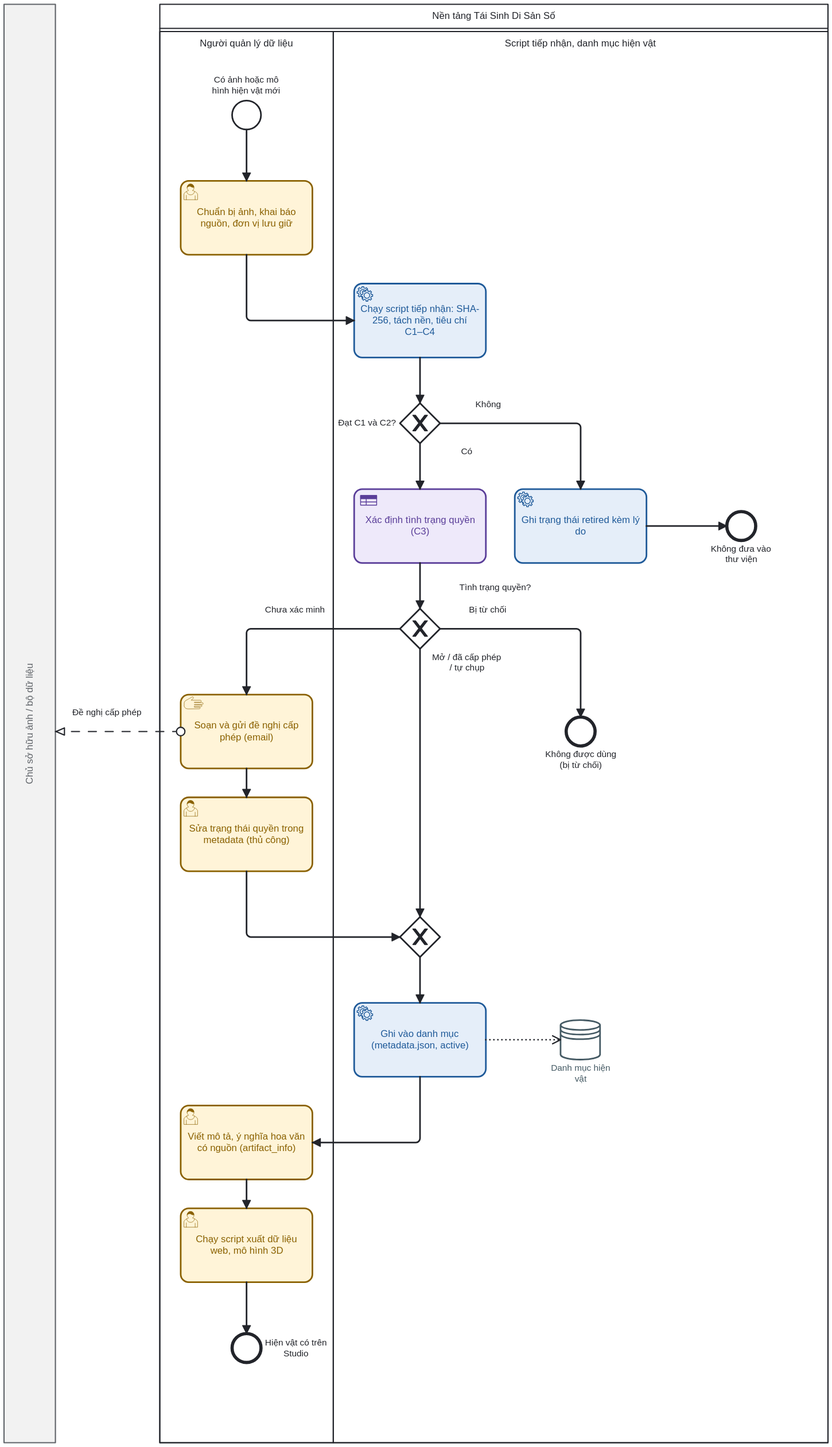
Above: docs/business-analysis/diagrams/BP-04_tiep-nhan-hien-vat_AS-IS.svg in quoczai22/tai-sinh-di-san-so-ai (BPMN), before the change. Its source is kept beside it as docs/business-analysis/diagrams/BP-04_tiep-nhan-hien-vat_AS-IS.bpmn. Ids are renumbered.
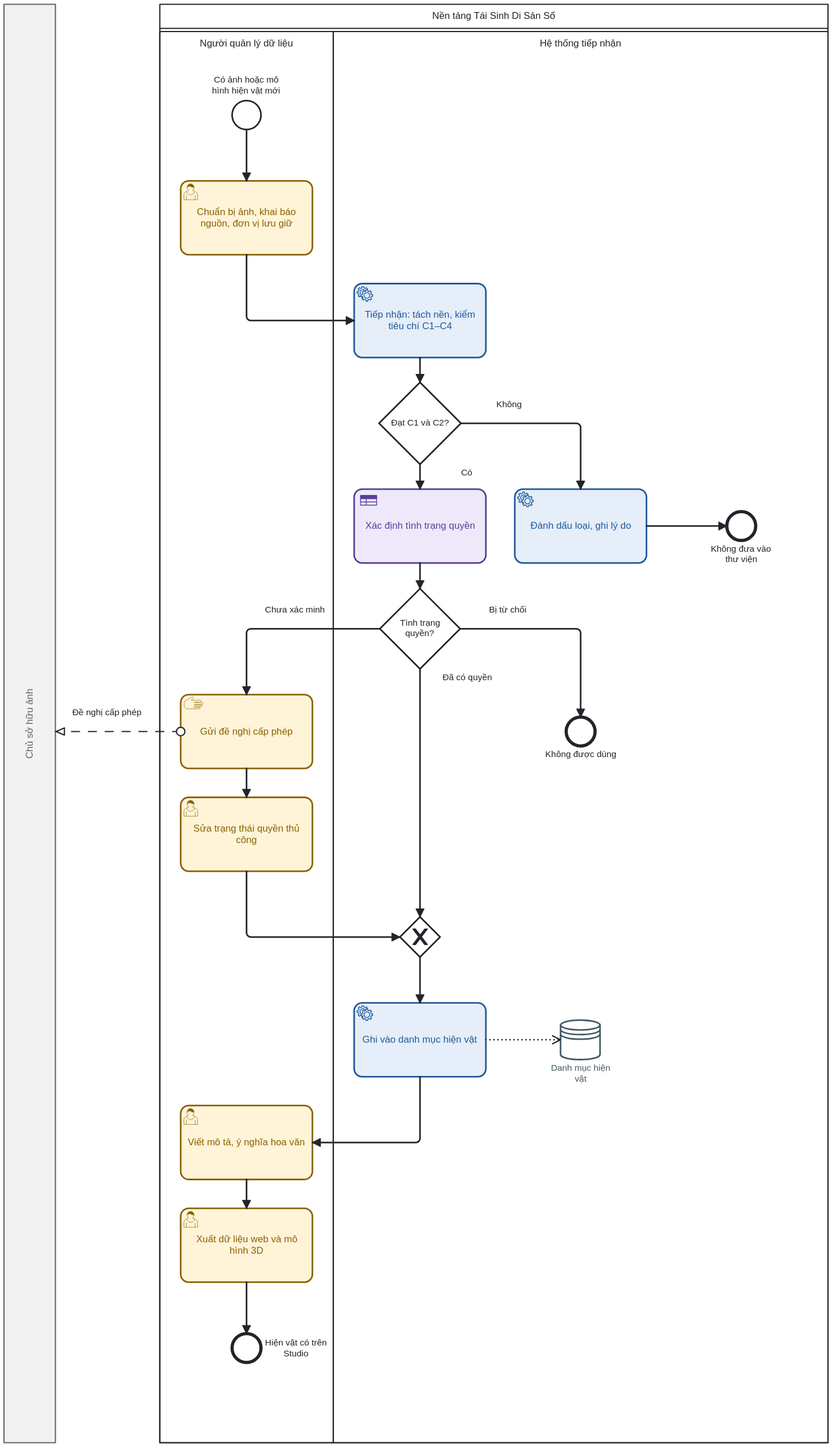
Later version of the same file.

Change to the diagram source:
```diff
@@ -2,7 +2,7 @@
   <bpmn:dataStore id="Store_DS" name="Danh mục hiện vật" />
   <bpmn:collaboration id="Collab_BP04_ASIS">
     <bpmn:participant id="P" name="Nền tảng Tái Sinh Di Sản Số" processRef="Proc_P" />
-    <bpmn:participant id="OWN" name="Chủ sở hữu ảnh / bộ dữ liệu" />
+    <bpmn:participant id="OWN" name="Chủ sở hữu ảnh" />
     <bpmn:messageFlow id="Msg_T5_OWN" name="Đề nghị cấp phép" sourceRef="T5" targetRef="OWN" />
   </bpmn:collaboration>
   <bpmn:process id="Proc_P" name="Nền tảng Tái Sinh Di Sản Số" isExecutable="false">
@@ -16,7 +16,7 @@
         <bpmn:flowNodeRef>T9</bpmn:flowNodeRef>
         <bpmn:flowNodeRef>E4</bpmn:flowNodeRef>
       </bpmn:lane>
-      <bpmn:lane id="L_SYS" name="Script tiếp nhận, danh mục hiện vật">
+      <bpmn:lane id="L_SYS" name="Hệ thống tiếp nhận">
         <bpmn:flowNodeRef>T2</bpmn:flowNodeRef>
         <bpmn:flowNodeRef>G1</bpmn:flowNodeRef>
         <bpmn:flowNodeRef>T3</bpmn:flowNodeRef>
@@ -35,7 +35,7 @@
       <bpmn:incoming>Flow_S_T1</bpmn:incoming>
       <bpmn:outgoing>Flow_T1_T2</bpmn:outgoing>
     </bpmn:userTask>
-    <bpmn:serviceTask id="T2" name="Chạy script tiếp nhận: SHA-256, tách nền, tiêu chí C1–C4">
+    <bpmn:serviceTask id="T2" name="Tiếp nhận: tách nền, kiểm tiêu chí C1–C4">
       <bpmn:incoming>Flow_T1_T2</bpmn:incoming>
       <bpmn:outgoing>Flow_T2_G1</bpmn:outgoing>
     </bpmn:serviceTask>
@@ -44,31 +44,31 @@
       <bpmn:outgoing>Flow_G1_T3</bpmn:outgoing>
       <bpmn:outgoing>Flow_G1_T4</bpmn:outgoing>
     </bpmn:exclusiveGateway>
-    <bpmn:serviceTask id="T3" name="Ghi trạng thái retired kèm lý do">
+    <bpmn:serviceTask id="T3" name="Đánh dấu loại, ghi lý do">
       <bpmn:incoming>Flow_G1_T3</bpmn:incoming>
       <bpmn:outgoing>Flow_T3_E1</bpmn:outgoing>
     </bpmn:serviceTask>
     <bpmn:endEvent id="E1" name="Không đưa vào thư viện">
       <bpmn:incoming>Flow_T3_E1</bpmn:incoming>
     </bpmn:endEvent>
-    <bpmn:businessRuleTask id="T4" name="Xác định tình trạng quyền (C3)">
+    <bpmn:businessRuleTask id="T4" name="Xác định tình trạng quyền">
       <bpmn:incoming>Flow_G1_T4</bpmn:incoming>
       <bpmn:outgoing>Flow_T4_G2</bpmn:outgoing>
     </bpmn:businessRuleTask>
-    <bpmn:exclusiveGateway id="G2" name="Tình trạng quyền?">
+    <bpmn:exclusiveGateway id="G2" name="Tình trạng&#10;quyền?">
       <bpmn:incoming>Flow_T4_G2</bpmn:incoming>
       <bpmn:outgoing>Flow_G2_E2</bpmn:outgoing>
       <bpmn:outgoing>Flow_G2_T5</bpmn:outgoing>
       <bpmn:outgoing>Flow_G2_M1</bpmn:outgoing>
     </bpmn:exclusiveGateway>
-    <bpmn:endEvent id="E2" name="Không được dùng (bị từ chối)">
+    <bpmn:endEvent id="E2" name="Không được dùng">
       <bpmn:incoming>Flow_G2_E2</bpmn:incoming>
     </bpmn:endEvent>
-    <bpmn:manualTask id="T5" name="Soạn và gửi đề nghị cấp phép (email)">
+    <bpmn:manualTask id="T5" name="Gửi đề nghị cấp phép">
       <bpmn:incoming>Flow_G2_T5</bpmn:incoming>
       <bpmn:outgoing>Flow_T5_T6</bpmn:outgoing>
     </bpmn:manualTask>
-    <bpmn:userTask id="T6" name="Sửa trạng thái quyền trong metadata (thủ công)">
+    <bpmn:userTask id="T6" name="Sửa trạng thái quyền thủ công">
       <bpmn:incoming>Flow_T5_T6</bpmn:incoming>
       <bpmn:outgoing>Flow_T6_M1</bpmn:outgoing>
     </bpmn:userTask>
@@ -77,7 +77,7 @@
       <bpmn:incoming>Flow_T6_M1</bpmn:incoming>
       <bpmn:outgoing>Flow_M1_T7</bpmn:outgoing>
     </bpmn:exclusiveGateway>
-    <bpmn:serviceTask id="T7" name="Ghi vào danh mục (metadata.json, active)">
+    <bpmn:serviceTask id="T7" name="Ghi vào danh mục hiện vật">
       <bpmn:incoming>Flow_M1_T7</bpmn:incoming>
       <bpmn:outgoing>Flow_T7_T8</bpmn:outgoing>
       <bpmn:dataOutputAssociation id="Data_T7_DS">
@@ -85,11 +85,11 @@
       </bpmn:dataOutputAssociation>
     </bpmn:serviceTask>
     <bpmn:dataStoreReference id="DS" name="Danh mục hiện vật" dataStoreRef="Store_DS" />
-    <bpmn:userTask id="T8" name="Viết mô tả, ý nghĩa hoa văn có nguồn (artifact_info)">
+    <bpmn:userTask id="T8" name="Viết mô tả, ý nghĩa hoa văn">
       <bpmn:incoming>Flow_T7_T8</bpmn:incoming>
       <bpmn:outgoing>Flow_T8_T9</bpmn:outgoing>
     </bpmn:userTask>
-    <bpmn:userTask id="T9" name="Chạy script xuất dữ liệu web, mô hình 3D">
+    <bpmn:userTask id="T9" name="Xuất dữ liệu web và mô hình 3D">
       <bpmn:incoming>Flow_T8_T9</bpmn:incoming>
       <bpmn:outgoing>Flow_T9_E4</bpmn:outgoing>
     </bpmn:userTask>
@@ -113,7 +113,7 @@
     <bpmn:sequenceFlow id="Flow_G2_T5" name="Chưa xác minh" sourceRef="G2" targetRef="T5">
       <bpmn:conditionExpression xsi:type="bpmn:tFormalExpression">rights_status = unverified</bpmn:conditionExpression>
     </bpmn:sequenceFlow>
-    <bpmn:sequenceFlow id="Flow_G2_M1" name="Mở / đã cấp phép / tự chụp" sourceRef="G2" targetRef="M1">
+    <bpmn:sequenceFlow id="Flow_G2_M1" name="Đã có quyền" sourceRef="G2" targetRef="M1">
       <bpmn:conditionExpression xsi:type="bpmn:tFormalExpression">rights_status ∈ publishable_statuses</bpmn:conditionExpression>
     </bpmn:sequenceFlow>
     <bpmn:sequenceFlow id="Flow_T5_T6" name="" sourceRef="T5" targetRef="T6" />
@@ -146,10 +146,10 @@
       <bpmndi:BPMNShape id="T2_di" bpmnElement="T2" color:background-color="#E4EEF9" color:border-color="#1F5A99">
         <dc:Bounds x="456" y="368" width="164" height="92" />
       </bpmndi:BPMNShape>
-      <bpmndi:BPMNShape id="G1_di" bpmnElement="G1" isMarkerVisible="true">
-        <dc:Bounds x="513" y="517" width="50" height="50" />
+      <bpmndi:BPMNShape id="G1_di" bpmnElement="G1" isMarkerVisible="false">
+        <dc:Bounds x="487" y="491" width="102" height="102" />
         <bpmndi:BPMNLabel>
-          <dc:Bounds x="436" y="535" width="72" height="14" />
+          <dc:Bounds x="502" y="535" width="71" height="14" />
         </bpmndi:BPMNLabel>
       </bpmndi:BPMNShape>
       <bpmndi:BPMNShape id="T3_di" bpmnElement="T3" color:background-color="#E4EEF9" color:border-color="#1F5A99">
@@ -164,10 +164,10 @@
       <bpmndi:BPMNShape id="T4_di" bpmnElement="T4" color:background-color="#EEE8FA" color:border-color="#5A3E99">
         <dc:Bounds x="456" y="624" width="164" height="92" />
       </bpmndi:BPMNShape>
-      <bpmndi:BPMNShape id="G2_di" bpmnElement="G2" isMarkerVisible="true">
-        <dc:Bounds x="513" y="773" width="50" height="50" />
+      <bpmndi:BPMNShape id="G2_di" bpmnElement="G2" isMarkerVisible="false">
+        <dc:Bounds x="488" y="748" width="100" height="100" />
         <bpmndi:BPMNLabel>
-          <dc:Bounds x="587" y="740" width="89" height="14" />
+          <dc:Bounds x="510" y="784" width="55" height="28" />
         </bpmndi:BPMNLabel>
       </bpmndi:BPMNShape>
       <bpmndi:BPMNShape id="E2_di" bpmnElement="E2">
@@ -217,14 +217,14 @@
       </bpmndi:BPMNEdge>
       <bpmndi:BPMNEdge id="Flow_T2_G1_di" bpmnElement="Flow_T2_G1">
         <di:waypoint x="538" y="460" />
-        <di:waypoint x="538" y="517" />
+        <di:waypoint x="538" y="491" />
       </bpmndi:BPMNEdge>
       <bpmndi:BPMNEdge id="Flow_G1_T3_di" bpmnElement="Flow_G1_T3">
-        <di:waypoint x="563" y="542" />
+        <di:waypoint x="589" y="542" />
         <di:waypoint x="738" y="542" />
         <di:waypoint x="738" y="624" />
         <bpmndi:BPMNLabel>
-          <dc:Bounds x="571" y="512" width="104" height="28" />
+          <dc:Bounds x="597" y="512" width="104" height="28" />
         </bpmndi:BPMNLabel>
       </bpmndi:BPMNEdge>
       <bpmndi:BPMNEdge id="Flow_T3_E1_di" bpmnElement="Flow_T3_E1">
@@ -232,26 +232,26 @@
         <di:waypoint x="920" y="670" />
       </bpmndi:BPMNEdge>
       <bpmndi:BPMNEdge id="Flow_G1_T4_di" bpmnElement="Flow_G1_T4">
-        <di:waypoint x="538" y="567" />
+        <di:waypoint x="538" y="593" />
         <di:waypoint x="538" y="624" />
         <bpmndi:BPMNLabel>
-          <dc:Bounds x="544" y="571" width="104" height="28" />
+          <dc:Bounds x="544" y="597" width="104" height="28" />
         </bpmndi:BPMNLabel>
       </bpmndi:BPMNEdge>
       <bpmndi:BPMNEdge id="Flow_T4_G2_di" bpmnElement="Flow_T4_G2">
         <di:waypoint x="538" y="716" />
-        <di:waypoint x="538" y="773" />
+        <di:waypoint x="538" y="748" />
       </bpmndi:BPMNEdge>
       <bpmndi:BPMNEdge id="Flow_G2_E2_di" bpmnElement="Flow_G2_E2">
-        <di:waypoint x="563" y="798" />
+        <di:waypoint x="588" y="798" />
         <di:waypoint x="738" y="798" />
         <di:waypoint x="738" y="908" />
         <bpmndi:BPMNLabel>
-          <dc:Bounds x="571" y="768" width="104" height="28" />
+          <dc:Bounds x="596" y="768" width="104" height="28" />
         </bpmndi:BPMNLabel>
       </bpmndi:BPMNEdge>
       <bpmndi:BPMNEdge id="Flow_G2_T5_di" bpmnElement="Flow_G2_T5">
-        <di:waypoint x="513" y="798" />
+        <di:waypoint x="488" y="798" />
         <di:waypoint x="322" y="798" />
         <di:waypoint x="322" y="880" />
         <bpmndi:BPMNLabel>
@@ -259,10 +259,10 @@
         </bpmndi:BPMNLabel>
       </bpmndi:BPMNEdge>
       <bpmndi:BPMNEdge id="Flow_G2_M1_di" bpmnElement="Flow_G2_M1">
-        <di:waypoint x="538" y="823" />
+        <di:waypoint x="538" y="848" />
         <di:waypoint x="538" y="1157" />
         <bpmndi:BPMNLabel>
-          <dc:Bounds x="544" y="827" width="104" height="28" />
+          <dc:Bounds x="544" y="852" width="104" height="28" />
         </bpmndi:BPMNLabel>
       </bpmndi:BPMNEdge>
       <bpmndi:BPMNEdge id="Flow_T5_T6_di" bpmnElement="Flow_T5_T6">
```
